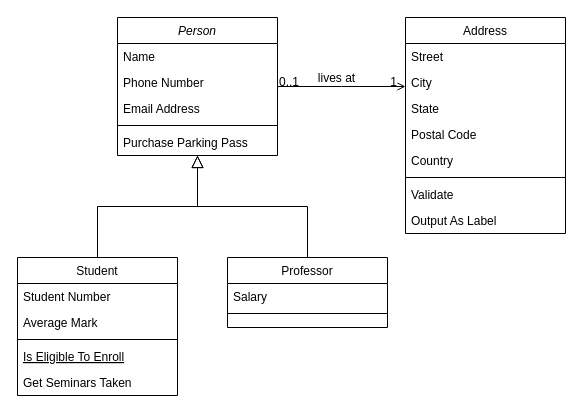
scelikcapa/kodluyoruzilkrepo keeps this draw.io diagram as OdevOnlineFilmSistemi.drawio. Above is the earlier version. Source tidied: cells renumbered, new cells numbered last; positions are measured from the earlier drawing's top-left corner, leaving out a move shared by most shapes. Both pictures are drawn from the tidied source at 100%, with x=0, y=0 at pixel (17, 17).
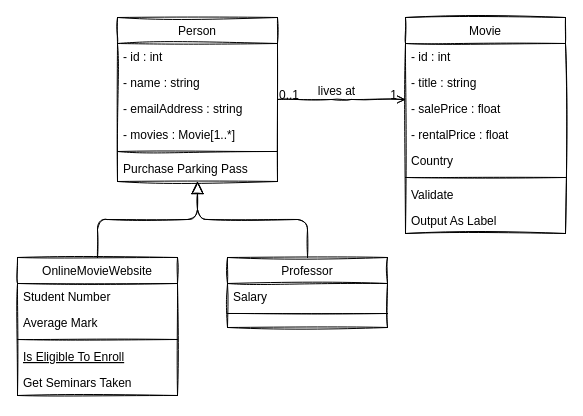
The same diagram, later.

Diff of the diagram source:
```diff
@@
-    <mxCell id="2" value="Person" style="swimlane;fontStyle=2;align=center;verticalAlign=top;horizontal=1;startSize=26;rounded=0;shadow=0;strokeWidth=1;" parent="1" vertex="1">
-      <mxGeometry x="100" width="160" height="138" as="geometry" />
+    <mxCell id="2" value="Person" style="swimlane;fontStyle=0;align=center;verticalAlign=top;horizontal=1;startSize=26;rounded=0;shadow=0;strokeWidth=1;sketch=1;" parent="1" vertex="1">
+      <mxGeometry x="100" width="160" height="164" as="geometry" />
     </mxCell>
+    <mxCell id="32" value="- id : int" style="text;align=left;verticalAlign=top;spacingLeft=4;spacingRight=4;overflow=hidden;sketch=1;rounded=0;" parent="2" vertex="1">
+      <mxGeometry y="26" width="160" height="26" as="geometry" />
+    </mxCell>
-    <mxCell id="3" value="Name" style="text;align=left;verticalAlign=top;spacingLeft=4;spacingRight=4;overflow=hidden;" parent="2" vertex="1">
-      <mxGeometry y="26" width="160" height="26" as="geometry" />
+    <mxCell id="3" value="- name : string" style="text;align=left;verticalAlign=top;spacingLeft=4;spacingRight=4;overflow=hidden;sketch=1;rounded=0;" parent="2" vertex="1">
+      <mxGeometry y="52" width="160" height="26" as="geometry" />
     </mxCell>
+    <mxCell id="5" value="- emailAddress : string" style="text;align=left;verticalAlign=top;spacingLeft=4;spacingRight=4;overflow=hidden;rounded=0;shadow=0;html=0;sketch=1;" parent="2" vertex="1">
+      <mxGeometry y="78" width="160" height="26" as="geometry" />
+    </mxCell>
-    <mxCell id="4" value="Phone Number" style="text;align=left;verticalAlign=top;spacingLeft=4;spacingRight=4;overflow=hidden;rounded=0;shadow=0;html=0;" parent="2" vertex="1">
-      <mxGeometry y="52" width="160" height="26" as="geometry" />
+    <mxCell id="4" value="- movies : Movie[1..*]" style="text;align=left;verticalAlign=top;spacingLeft=4;spacingRight=4;overflow=hidden;rounded=0;shadow=0;html=0;sketch=1;" parent="2" vertex="1">
+      <mxGeometry y="104" width="160" height="26" as="geometry" />
     </mxCell>
-    <mxCell id="5" value="Email Address" style="text;align=left;verticalAlign=top;spacingLeft=4;spacingRight=4;overflow=hidden;rounded=0;shadow=0;html=0;" parent="2" vertex="1">
-      <mxGeometry y="78" width="160" height="26" as="geometry" />
-    </mxCell>
-    <mxCell id="6" style="line;html=1;strokeWidth=1;align=left;verticalAlign=middle;spacingTop=-1;spacingLeft=3;spacingRight=3;labelPosition=right;" parent="2" vertex="1">
-      <mxGeometry y="104" width="160" height="8" as="geometry" />
+    <mxCell id="6" style="line;html=1;strokeWidth=1;align=left;verticalAlign=middle;spacingTop=-1;spacingLeft=3;spacingRight=3;labelPosition=right;sketch=1;rounded=0;" parent="2" vertex="1">
+      <mxGeometry y="130" width="160" height="8" as="geometry" />
     </mxCell>
-    <mxCell id="7" value="Purchase Parking Pass" style="text;align=left;verticalAlign=top;spacingLeft=4;spacingRight=4;overflow=hidden;" parent="2" vertex="1">
-      <mxGeometry y="112" width="160" height="26" as="geometry" />
+    <mxCell id="7" value="Purchase Parking Pass" style="text;align=left;verticalAlign=top;spacingLeft=4;spacingRight=4;overflow=hidden;sketch=1;rounded=0;" parent="2" vertex="1">
+      <mxGeometry y="138" width="160" height="26" as="geometry" />
     </mxCell>
-    <mxCell id="8" value="Student" style="swimlane;fontStyle=0;align=center;verticalAlign=top;horizontal=1;startSize=26;rounded=0;shadow=0;strokeWidth=1;" parent="1" vertex="1">
+    <mxCell id="8" value="OnlineMovieWebsite" style="swimlane;fontStyle=0;align=center;verticalAlign=top;horizontal=1;startSize=26;rounded=0;shadow=0;strokeWidth=1;sketch=1;" parent="1" vertex="1">
       <mxGeometry y="240" width="160" height="138" as="geometry" />
     </mxCell>
-    <mxCell id="9" value="Student Number" style="text;align=left;verticalAlign=top;spacingLeft=4;spacingRight=4;overflow=hidden;" parent="8" vertex="1">
+    <mxCell id="9" value="Student Number" style="text;align=left;verticalAlign=top;spacingLeft=4;spacingRight=4;overflow=hidden;sketch=1;rounded=0;" parent="8" vertex="1">
       <mxGeometry y="26" width="160" height="26" as="geometry" />
     </mxCell>
-    <mxCell id="10" value="Average Mark" style="text;align=left;verticalAlign=top;spacingLeft=4;spacingRight=4;overflow=hidden;rounded=0;shadow=0;html=0;" parent="8" vertex="1">
+    <mxCell id="10" value="Average Mark" style="text;align=left;verticalAlign=top;spacingLeft=4;spacingRight=4;overflow=hidden;rounded=0;shadow=0;html=0;sketch=1;" parent="8" vertex="1">
       <mxGeometry y="52" width="160" height="26" as="geometry" />
     </mxCell>
-    <mxCell id="11" style="line;html=1;strokeWidth=1;align=left;verticalAlign=middle;spacingTop=-1;spacingLeft=3;spacingRight=3;labelPosition=right;" parent="8" vertex="1">
+    <mxCell id="11" style="line;html=1;strokeWidth=1;align=left;verticalAlign=middle;spacingTop=-1;spacingLeft=3;spacingRight=3;labelPosition=right;sketch=1;rounded=0;" parent="8" vertex="1">
       <mxGeometry y="78" width="160" height="8" as="geometry" />
     </mxCell>
-    <mxCell id="12" value="Is Eligible To Enroll" style="text;align=left;verticalAlign=top;spacingLeft=4;spacingRight=4;overflow=hidden;fontStyle=4;" parent="8" vertex="1">
+    <mxCell id="12" value="Is Eligible To Enroll" style="text;align=left;verticalAlign=top;spacingLeft=4;spacingRight=4;overflow=hidden;fontStyle=4;sketch=1;rounded=0;" parent="8" vertex="1">
       <mxGeometry y="86" width="160" height="26" as="geometry" />
     </mxCell>
-    <mxCell id="13" value="Get Seminars Taken" style="text;align=left;verticalAlign=top;spacingLeft=4;spacingRight=4;overflow=hidden;" parent="8" vertex="1">
+    <mxCell id="13" value="Get Seminars Taken" style="text;align=left;verticalAlign=top;spacingLeft=4;spacingRight=4;overflow=hidden;sketch=1;rounded=0;" parent="8" vertex="1">
       <mxGeometry y="112" width="160" height="26" as="geometry" />
     </mxCell>
-    <mxCell id="14" style="endArrow=block;endSize=10;endFill=0;shadow=0;strokeWidth=1;rounded=0;edgeStyle=elbowEdgeStyle;elbow=vertical;" parent="1" edge="1" source="8" target="2">
+    <mxCell id="14" style="endArrow=block;endSize=10;endFill=0;shadow=0;strokeWidth=1;rounded=1;edgeStyle=elbowEdgeStyle;elbow=vertical;sketch=1;" parent="1" edge="1" source="8" target="2">
       <mxGeometry relative="1" as="geometry" />
     </mxCell>
-    <mxCell id="15" value="Professor" style="swimlane;fontStyle=0;align=center;verticalAlign=top;horizontal=1;startSize=26;rounded=0;shadow=0;strokeWidth=1;" parent="1" vertex="1">
+    <mxCell id="15" value="Professor" style="swimlane;fontStyle=0;align=center;verticalAlign=top;horizontal=1;startSize=26;rounded=0;shadow=0;strokeWidth=1;sketch=1;" parent="1" vertex="1">
       <mxGeometry x="210" y="240" width="160" height="70" as="geometry" />
     </mxCell>
-    <mxCell id="16" value="Salary" style="text;align=left;verticalAlign=top;spacingLeft=4;spacingRight=4;overflow=hidden;" parent="15" vertex="1">
+    <mxCell id="16" value="Salary" style="text;align=left;verticalAlign=top;spacingLeft=4;spacingRight=4;overflow=hidden;sketch=1;rounded=0;" parent="15" vertex="1">
       <mxGeometry y="26" width="160" height="26" as="geometry" />
     </mxCell>
-    <mxCell id="17" style="line;html=1;strokeWidth=1;align=left;verticalAlign=middle;spacingTop=-1;spacingLeft=3;spacingRight=3;labelPosition=right;" parent="15" vertex="1">
+    <mxCell id="17" style="line;html=1;strokeWidth=1;align=left;verticalAlign=middle;spacingTop=-1;spacingLeft=3;spacingRight=3;labelPosition=right;sketch=1;rounded=0;" parent="15" vertex="1">
       <mxGeometry y="52" width="160" height="8" as="geometry" />
     </mxCell>
-    <mxCell id="18" style="endArrow=block;endSize=10;endFill=0;shadow=0;strokeWidth=1;rounded=0;edgeStyle=elbowEdgeStyle;elbow=vertical;" parent="1" edge="1" source="15" target="2">
+    <mxCell id="18" style="endArrow=block;endSize=10;endFill=0;shadow=0;strokeWidth=1;rounded=1;edgeStyle=elbowEdgeStyle;elbow=vertical;sketch=1;" parent="1" edge="1" source="15" target="2">
       <mxGeometry relative="1" as="geometry" />
     </mxCell>
-    <mxCell id="19" value="Address" style="swimlane;fontStyle=0;align=center;verticalAlign=top;horizontal=1;startSize=26;rounded=0;shadow=0;strokeWidth=1;" parent="1" vertex="1">
+    <mxCell id="19" value="Movie" style="swimlane;fontStyle=0;align=center;verticalAlign=top;horizontal=1;startSize=26;rounded=0;shadow=0;strokeWidth=1;sketch=1;" parent="1" vertex="1">
       <mxGeometry x="388" width="160" height="216" as="geometry" />
     </mxCell>
-    <mxCell id="20" value="Street" style="text;align=left;verticalAlign=top;spacingLeft=4;spacingRight=4;overflow=hidden;" parent="19" vertex="1">
+    <mxCell id="20" value="- id : int" style="text;align=left;verticalAlign=top;spacingLeft=4;spacingRight=4;overflow=hidden;sketch=1;rounded=0;" parent="19" vertex="1">
       <mxGeometry y="26" width="160" height="26" as="geometry" />
     </mxCell>
-    <mxCell id="21" value="City" style="text;align=left;verticalAlign=top;spacingLeft=4;spacingRight=4;overflow=hidden;rounded=0;shadow=0;html=0;" parent="19" vertex="1">
+    <mxCell id="21" value="- title : string" style="text;align=left;verticalAlign=top;spacingLeft=4;spacingRight=4;overflow=hidden;rounded=0;shadow=0;html=0;sketch=1;" parent="19" vertex="1">
       <mxGeometry y="52" width="160" height="26" as="geometry" />
     </mxCell>
-    <mxCell id="22" value="State" style="text;align=left;verticalAlign=top;spacingLeft=4;spacingRight=4;overflow=hidden;rounded=0;shadow=0;html=0;" parent="19" vertex="1">
+    <mxCell id="22" value="- salePrice : float" style="text;align=left;verticalAlign=top;spacingLeft=4;spacingRight=4;overflow=hidden;rounded=0;shadow=0;html=0;sketch=1;" parent="19" vertex="1">
       <mxGeometry y="78" width="160" height="26" as="geometry" />
     </mxCell>
-    <mxCell id="23" value="Postal Code" style="text;align=left;verticalAlign=top;spacingLeft=4;spacingRight=4;overflow=hidden;rounded=0;shadow=0;html=0;" parent="19" vertex="1">
+    <mxCell id="23" value="- rentalPrice : float" style="text;align=left;verticalAlign=top;spacingLeft=4;spacingRight=4;overflow=hidden;rounded=0;shadow=0;html=0;sketch=1;" parent="19" vertex="1">
       <mxGeometry y="104" width="160" height="26" as="geometry" />
     </mxCell>
-    <mxCell id="24" value="Country" style="text;align=left;verticalAlign=top;spacingLeft=4;spacingRight=4;overflow=hidden;rounded=0;shadow=0;html=0;" parent="19" vertex="1">
+    <mxCell id="24" value="Country" style="text;align=left;verticalAlign=top;spacingLeft=4;spacingRight=4;overflow=hidden;rounded=0;shadow=0;html=0;sketch=1;" parent="19" vertex="1">
       <mxGeometry y="130" width="160" height="26" as="geometry" />
     </mxCell>
-    <mxCell id="25" style="line;html=1;strokeWidth=1;align=left;verticalAlign=middle;spacingTop=-1;spacingLeft=3;spacingRight=3;labelPosition=right;" parent="19" vertex="1">
+    <mxCell id="25" style="line;html=1;strokeWidth=1;align=left;verticalAlign=middle;spacingTop=-1;spacingLeft=3;spacingRight=3;labelPosition=right;sketch=1;rounded=0;" parent="19" vertex="1">
       <mxGeometry y="156" width="160" height="8" as="geometry" />
     </mxCell>
-    <mxCell id="26" value="Validate" style="text;align=left;verticalAlign=top;spacingLeft=4;spacingRight=4;overflow=hidden;" parent="19" vertex="1">
+    <mxCell id="26" value="Validate" style="text;align=left;verticalAlign=top;spacingLeft=4;spacingRight=4;overflow=hidden;sketch=1;rounded=0;" parent="19" vertex="1">
       <mxGeometry y="164" width="160" height="26" as="geometry" />
     </mxCell>
-    <mxCell id="27" value="Output As Label" style="text;align=left;verticalAlign=top;spacingLeft=4;spacingRight=4;overflow=hidden;" parent="19" vertex="1">
+    <mxCell id="27" value="Output As Label" style="text;align=left;verticalAlign=top;spacingLeft=4;spacingRight=4;overflow=hidden;sketch=1;rounded=0;" parent="19" vertex="1">
       <mxGeometry y="190" width="160" height="26" as="geometry" />
     </mxCell>
-    <mxCell id="28" style="endArrow=open;shadow=0;strokeWidth=1;rounded=0;endFill=1;edgeStyle=elbowEdgeStyle;elbow=vertical;" parent="1" edge="1" source="2" target="19">
+    <mxCell id="28" style="endArrow=open;shadow=0;strokeWidth=1;rounded=1;endFill=1;edgeStyle=elbowEdgeStyle;elbow=vertical;sketch=1;" parent="1" edge="1" source="2" target="19">
       <mxGeometry x="0.5" y="41" relative="1" as="geometry">
         <mxPoint x="-40" y="32" as="offset" />
       </mxGeometry>
     </mxCell>
-    <mxCell id="29" value="0..1" style="align=left;verticalAlign=bottom;labelBackgroundColor=none;fontSize=12;" parent="28" vertex="1">
+    <mxCell id="29" value="0..1" style="align=left;verticalAlign=bottom;labelBackgroundColor=none;fontSize=12;sketch=1;rounded=0;" parent="28" vertex="1">
       <mxGeometry x="-1" relative="1" as="geometry">
         <mxPoint y="4" as="offset" />
       </mxGeometry>
     </mxCell>
-    <mxCell id="30" value="1" style="align=right;verticalAlign=bottom;labelBackgroundColor=none;fontSize=12;" parent="28" vertex="1">
+    <mxCell id="30" value="1" style="align=right;verticalAlign=bottom;labelBackgroundColor=none;fontSize=12;sketch=1;rounded=0;" parent="28" vertex="1">
       <mxGeometry x="1" relative="1" as="geometry">
         <mxPoint x="-7" y="4" as="offset" />
       </mxGeometry>
     </mxCell>
-    <mxCell id="31" value="lives at" style="text;html=1;align=center;verticalAlign=middle;labelBackgroundColor=none;rounded=0;shadow=0;strokeWidth=1;fontSize=12;" parent="28" vertex="1">
+    <mxCell id="31" value="lives at" style="text;html=1;align=center;verticalAlign=middle;labelBackgroundColor=none;rounded=0;shadow=0;strokeWidth=1;fontSize=12;sketch=1;" parent="28" vertex="1">
       <mxGeometry x="0.5" y="49" relative="1" as="geometry">
         <mxPoint x="-38" y="40" as="offset" />
       </mxGeometry>
     </mxCell>
```
